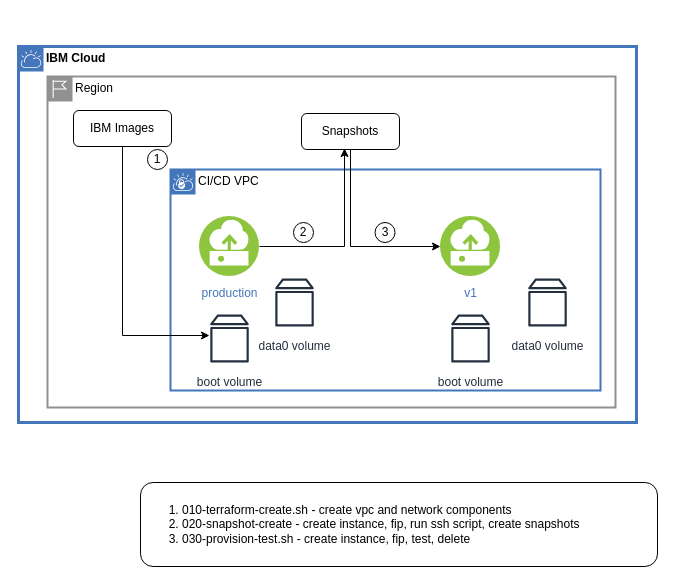
Earlier version of the draw.io diagram vpc-snapshot/architecture.drawio (IBM-Cloud/vpc-tutorials). Source tidied: cells renumbered, new cells numbered last; positions are measured from the earlier drawing's top-left corner, leaving out a move shared by most shapes. Both pictures are drawn from the tidied source at 100%, with x=0, y=0 at pixel (18, 46).
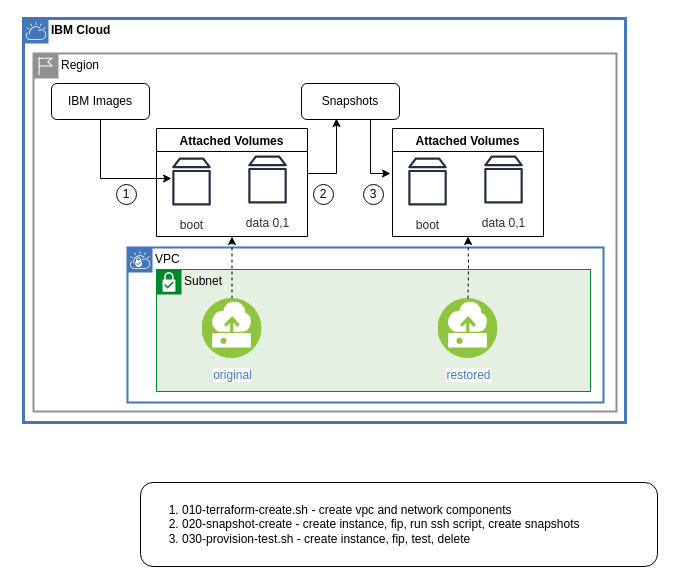
Above is the later version.

Diff of the diagram source:
```diff
@@
-    <mxCell id="0" />
-    <mxCell id="1" parent="0" />
+    <mxCell id="20" />
+    <mxCell id="21" parent="20" />
-    <mxCell id="2" value="IBM Cloud" style="shape=mxgraph.ibm.box;prType=cloud;fontStyle=1;verticalAlign=top;align=left;spacingLeft=32;spacingTop=4;fillColor=none;rounded=0;whiteSpace=wrap;html=1;strokeColor=#4376BB;strokeWidth=3;dashed=0;spacing=-4;" parent="1" vertex="1">
-      <mxGeometry width="618" height="376" as="geometry" />
+    <mxCell id="2" value="IBM Cloud" style="shape=mxgraph.ibm.box;prType=cloud;fontStyle=1;verticalAlign=top;align=left;spacingLeft=32;spacingTop=4;fillColor=none;rounded=0;whiteSpace=wrap;html=1;strokeColor=#4376BB;strokeWidth=3;dashed=0;spacing=-4;" parent="21" vertex="1">
+      <mxGeometry x="5" y="-28" width="602" height="404" as="geometry" />
     </mxCell>
-    <mxCell id="3" value="Region" style="shape=mxgraph.ibm.box;prType=region;fontStyle=0;verticalAlign=top;align=left;spacingLeft=32;spacingTop=4;rounded=0;whiteSpace=wrap;html=1;strokeColor=#919191;strokeWidth=2;dashed=0;spacing=-4;fillColor=none;" parent="1" vertex="1">
-      <mxGeometry x="29" y="30" width="568" height="331" as="geometry" />
+    <mxCell id="3" value="Region" style="shape=mxgraph.ibm.box;prType=region;fontStyle=0;verticalAlign=top;align=left;spacingLeft=32;spacingTop=4;rounded=0;whiteSpace=wrap;html=1;strokeColor=#919191;strokeWidth=2;dashed=0;spacing=-4;fillColor=none;" parent="21" vertex="1">
+      <mxGeometry x="15" y="7" width="583" height="358" as="geometry" />
     </mxCell>
-    <mxCell id="4" value="CI/CD VPC" style="shape=mxgraph.ibm.box;prType=vpc;fontStyle=0;verticalAlign=top;align=left;spacingLeft=32;spacingTop=4;fillColor=none;rounded=0;whiteSpace=wrap;html=1;strokeColor=#4376BB;strokeWidth=2;dashed=0;spacing=-4;" parent="1" vertex="1">
-      <mxGeometry x="152" y="123" width="430" height="221" as="geometry" />
-    </mxCell>
-    <mxCell id="5" value="production" style="perimeter=ellipsePerimeter;html=1;align=center;shadow=0;dashed=0;fontColor=#4277BB;labelBackgroundColor=#ffffff;fontSize=12;spacingTop=3;image;image=img/lib/ibm/vpc/Instance.svg;" parent="1" vertex="1">
-      <mxGeometry x="181" y="170" width="60" height="60" as="geometry" />
-    </mxCell>
-    <mxCell id="6" style="edgeStyle=orthogonalEdgeStyle;rounded=0;jettySize=auto;html=1;entryX=0.439;entryY=0.972;entryDx=0;entryDy=0;entryPerimeter=0;exitX=1;exitY=0.5;exitDx=0;exitDy=0;" parent="1" edge="1" source="5" target="13">
-      <mxGeometry relative="1" as="geometry" />
-    </mxCell>
-    <mxCell id="7" value="boot volume" style="outlineConnect=0;fontColor=#232F3E;gradientColor=none;strokeColor=#232F3E;fillColor=#ffffff;dashed=0;verticalLabelPosition=bottom;verticalAlign=top;align=center;html=1;fontSize=12;fontStyle=0;shape=mxgraph.aws4.resourceIcon;resIcon=mxgraph.aws4.volume;" parent="1" vertex="1">
-      <mxGeometry x="181" y="262" width="60" height="60" as="geometry" />
-    </mxCell>
-    <mxCell id="8" value="v1" style="perimeter=ellipsePerimeter;html=1;align=center;shadow=0;dashed=0;fontColor=#4277BB;labelBackgroundColor=#ffffff;fontSize=12;spacingTop=3;image;image=img/lib/ibm/vpc/Instance.svg;" parent="1" vertex="1">
-      <mxGeometry x="422" y="170" width="60" height="60" as="geometry" />
-    </mxCell>
-    <mxCell id="9" value="boot volume" style="fontColor=#232F3E;gradientColor=none;strokeColor=#232F3E;fillColor=#ffffff;dashed=0;verticalLabelPosition=bottom;verticalAlign=top;align=center;html=1;fontSize=12;fontStyle=0;shape=mxgraph.aws4.resourceIcon;resIcon=mxgraph.aws4.volume;" parent="1" vertex="1">
-      <mxGeometry x="422" y="262" width="60" height="60" as="geometry" />
-    </mxCell>
-    <mxCell id="10" style="edgeStyle=orthogonalEdgeStyle;rounded=0;jettySize=auto;html=1;entryX=0.167;entryY=0.45;entryDx=0;entryDy=0;entryPerimeter=0;" parent="1" edge="1" source="11" target="7">
-      <mxGeometry relative="1" as="geometry">
-        <Array as="points">
-          <mxPoint x="104" y="289" />
-        </Array>
-      </mxGeometry>
-    </mxCell>
+    <mxCell id="22" value="VPC" style="shape=mxgraph.ibm.box;prType=vpc;fontStyle=0;verticalAlign=top;align=left;spacingLeft=32;spacingTop=4;fillColor=none;rounded=0;whiteSpace=wrap;html=1;strokeColor=#4376BB;strokeWidth=2;dashed=0;spacing=-4;" parent="21" vertex="1">
+      <mxGeometry x="109" y="201" width="476" height="155" as="geometry" />
+    </mxCell>
+    <mxCell id="23" value="Subnet" style="shape=mxgraph.ibm.box;prType=subnet;fontStyle=0;verticalAlign=top;align=left;spacingLeft=32;spacingTop=4;fillColor=#E6F0E2;rounded=0;whiteSpace=wrap;html=1;strokeColor=#00882B;strokeWidth=1;dashed=0;spacing=-4;" parent="21" vertex="1">
+      <mxGeometry x="138" y="223" width="434" height="122" as="geometry" />
+    </mxCell>
+    <mxCell id="24" style="edgeStyle=orthogonalEdgeStyle;rounded=0;orthogonalLoop=1;jettySize=auto;html=1;" parent="21" edge="1">
+      <mxGeometry relative="1" as="geometry">
+        <mxPoint x="289" y="127" as="sourcePoint" />
+        <mxPoint x="318" y="72" as="targetPoint" />
+        <Array as="points">
+          <mxPoint x="318" y="127" />
+          <mxPoint x="318" y="72" />
+        </Array>
+      </mxGeometry>
+    </mxCell>
+    <mxCell id="25" value="boot" style="outlineConnect=0;fontColor=#232F3E;gradientColor=none;strokeColor=#232F3E;fillColor=#ffffff;dashed=0;verticalLabelPosition=bottom;verticalAlign=top;align=center;html=1;fontSize=12;fontStyle=0;shape=mxgraph.aws4.resourceIcon;resIcon=mxgraph.aws4.volume;" parent="21" vertex="1">
+      <mxGeometry x="143" y="105" width="60" height="60" as="geometry" />
+    </mxCell>
+    <mxCell id="26" style="edgeStyle=orthogonalEdgeStyle;rounded=0;jettySize=auto;html=1;entryX=0.167;entryY=0.45;entryDx=0;entryDy=0;entryPerimeter=0;" parent="21" edge="1" source="11" target="25">
+      <mxGeometry relative="1" as="geometry">
+        <Array as="points">
+          <mxPoint x="82" y="132" />
+        </Array>
+      </mxGeometry>
+    </mxCell>
-    <mxCell id="11" value="IBM Images" style="rounded=1;whiteSpace=wrap;html=1;" parent="1" vertex="1">
-      <mxGeometry x="55" y="64" width="98" height="36" as="geometry" />
+    <mxCell id="11" value="IBM Images" style="rounded=1;whiteSpace=wrap;html=1;" parent="21" vertex="1">
+      <mxGeometry x="33" y="37" width="98" height="36" as="geometry" />
     </mxCell>
-    <mxCell id="12" style="edgeStyle=orthogonalEdgeStyle;rounded=0;jettySize=auto;html=1;entryX=0;entryY=0.5;entryDx=0;entryDy=0;" parent="1" edge="1" source="13" target="8">
-      <mxGeometry relative="1" as="geometry">
-        <Array as="points">
-          <mxPoint x="332" y="200" />
-        </Array>
-      </mxGeometry>
-    </mxCell>
+    <mxCell id="27" style="edgeStyle=orthogonalEdgeStyle;rounded=0;jettySize=auto;html=1;" parent="21" edge="1" source="13">
+      <mxGeometry relative="1" as="geometry">
+        <mxPoint x="372" y="127" as="targetPoint" />
+        <Array as="points">
+          <mxPoint x="352" y="127" />
+        </Array>
+      </mxGeometry>
+    </mxCell>
-    <mxCell id="13" value="Snapshots" style="rounded=1;whiteSpace=wrap;html=1;" parent="1" vertex="1">
-      <mxGeometry x="283" y="67" width="98" height="36" as="geometry" />
+    <mxCell id="13" value="Snapshots" style="rounded=1;whiteSpace=wrap;html=1;" parent="21" vertex="1">
+      <mxGeometry x="283" y="37" width="98" height="36" as="geometry" />
     </mxCell>
-    <mxCell id="14" value="1" style="ellipse;whiteSpace=wrap;html=1;fillColor=none;" parent="1" vertex="1">
-      <mxGeometry x="129" y="103" width="20" height="20" as="geometry" />
+    <mxCell id="14" value="1" style="ellipse;whiteSpace=wrap;html=1;fillColor=none;" parent="21" vertex="1">
+      <mxGeometry x="98" y="138" width="20" height="20" as="geometry" />
     </mxCell>
-    <mxCell id="15" value="2" style="ellipse;whiteSpace=wrap;html=1;fillColor=none;" parent="1" vertex="1">
-      <mxGeometry x="275" y="176" width="20" height="20" as="geometry" />
+    <mxCell id="15" value="2" style="ellipse;whiteSpace=wrap;html=1;fillColor=none;" parent="21" vertex="1">
+      <mxGeometry x="295" y="138" width="20" height="20" as="geometry" />
     </mxCell>
-    <mxCell id="16" value="3" style="ellipse;whiteSpace=wrap;html=1;fillColor=none;" parent="1" vertex="1">
-      <mxGeometry x="356.5" y="176" width="20" height="20" as="geometry" />
+    <mxCell id="16" value="3" style="ellipse;whiteSpace=wrap;html=1;fillColor=none;" parent="21" vertex="1">
+      <mxGeometry x="345" y="138" width="20" height="20" as="geometry" />
     </mxCell>
-    <mxCell id="17" value="&lt;ol&gt;&lt;li&gt;010-terraform-create.sh - create vpc and network components&lt;/li&gt;&lt;li&gt;020-snapshot-create - create instance, fip, run ssh script, create snapshots&lt;/li&gt;&lt;li&gt;030-provision-test.sh - create instance, fip, test, delete&lt;br&gt;&lt;/li&gt;&lt;/ol&gt;" style="rounded=1;whiteSpace=wrap;html=1;align=left;" parent="1" vertex="1">
+    <mxCell id="17" value="&lt;ol&gt;&lt;li&gt;010-terraform-create.sh - create vpc and network components&lt;/li&gt;&lt;li&gt;020-snapshot-create - create instance, fip, run ssh script, create snapshots&lt;/li&gt;&lt;li&gt;030-provision-test.sh - create instance, fip, test, delete&lt;br&gt;&lt;/li&gt;&lt;/ol&gt;" style="rounded=1;whiteSpace=wrap;html=1;align=left;" parent="21" vertex="1">
       <mxGeometry x="122" y="436" width="517" height="84" as="geometry" />
     </mxCell>
-    <mxCell id="18" value="data0 volume" style="fontColor=#232F3E;gradientColor=none;strokeColor=#232F3E;fillColor=#ffffff;dashed=0;verticalLabelPosition=bottom;verticalAlign=top;align=center;html=1;fontSize=12;fontStyle=0;shape=mxgraph.aws4.resourceIcon;resIcon=mxgraph.aws4.volume;" parent="1" vertex="1">
-      <mxGeometry x="246" y="226" width="60" height="60" as="geometry" />
-    </mxCell>
-    <mxCell id="19" value="data0 volume" style="fontColor=#232F3E;gradientColor=none;strokeColor=#232F3E;fillColor=#ffffff;dashed=0;verticalLabelPosition=bottom;verticalAlign=top;align=center;html=1;fontSize=12;fontStyle=0;shape=mxgraph.aws4.resourceIcon;resIcon=mxgraph.aws4.volume;" parent="1" vertex="1">
-      <mxGeometry x="499" y="226" width="60" height="60" as="geometry" />
-    </mxCell>
+    <mxCell id="28" value="data 0,1" style="fontColor=#232F3E;gradientColor=none;strokeColor=#232F3E;fillColor=#ffffff;dashed=0;verticalLabelPosition=bottom;verticalAlign=top;align=center;html=1;fontSize=12;fontStyle=0;shape=mxgraph.aws4.resourceIcon;resIcon=mxgraph.aws4.volume;" parent="21" vertex="1">
+      <mxGeometry x="219" y="103" width="60" height="60" as="geometry" />
+    </mxCell>
+    <mxCell id="29" value="Attached Volumes" style="swimlane;" parent="21" vertex="1">
+      <mxGeometry x="138" y="82" width="151" height="108" as="geometry" />
+    </mxCell>
+    <mxCell id="30" style="edgeStyle=orthogonalEdgeStyle;rounded=0;jettySize=auto;html=1;entryX=0.5;entryY=1;entryDx=0;entryDy=0;dashed=1;" parent="21" edge="1" source="31" target="29">
+      <mxGeometry relative="1" as="geometry" />
+    </mxCell>
+    <mxCell id="31" value="original" style="perimeter=ellipsePerimeter;html=1;align=center;shadow=0;dashed=0;fontColor=#4277BB;labelBackgroundColor=#ffffff;fontSize=12;spacingTop=3;image;image=img/lib/ibm/vpc/Instance.svg;" parent="21" vertex="1">
+      <mxGeometry x="183.5" y="252" width="60" height="60" as="geometry" />
+    </mxCell>
+    <mxCell id="32" value="restored" style="perimeter=ellipsePerimeter;html=1;align=center;shadow=0;dashed=0;fontColor=#4277BB;labelBackgroundColor=#ffffff;fontSize=12;spacingTop=3;image;image=img/lib/ibm/vpc/Instance.svg;" parent="21" vertex="1">
+      <mxGeometry x="419.5" y="252" width="60" height="60" as="geometry" />
+    </mxCell>
+    <mxCell id="33" value="boot" style="fontColor=#232F3E;gradientColor=none;strokeColor=#232F3E;fillColor=#ffffff;dashed=0;verticalLabelPosition=bottom;verticalAlign=top;align=center;html=1;fontSize=12;fontStyle=0;shape=mxgraph.aws4.resourceIcon;resIcon=mxgraph.aws4.volume;" parent="21" vertex="1">
+      <mxGeometry x="379" y="105" width="60" height="60" as="geometry" />
+    </mxCell>
+    <mxCell id="34" value="data 0,1" style="fontColor=#232F3E;gradientColor=none;strokeColor=#232F3E;fillColor=#ffffff;dashed=0;verticalLabelPosition=bottom;verticalAlign=top;align=center;html=1;fontSize=12;fontStyle=0;shape=mxgraph.aws4.resourceIcon;resIcon=mxgraph.aws4.volume;" parent="21" vertex="1">
+      <mxGeometry x="455" y="103" width="60" height="60" as="geometry" />
+    </mxCell>
+    <mxCell id="35" value="Attached Volumes" style="swimlane;" parent="21" vertex="1">
+      <mxGeometry x="374" y="82" width="151" height="108" as="geometry" />
+    </mxCell>
+    <mxCell id="36" style="edgeStyle=orthogonalEdgeStyle;rounded=0;jettySize=auto;html=1;entryX=0.5;entryY=1;entryDx=0;entryDy=0;dashed=1;" parent="21" edge="1" target="35">
+      <mxGeometry relative="1" as="geometry">
+        <mxPoint x="449.5" y="252" as="sourcePoint" />
+      </mxGeometry>
+    </mxCell>
```
